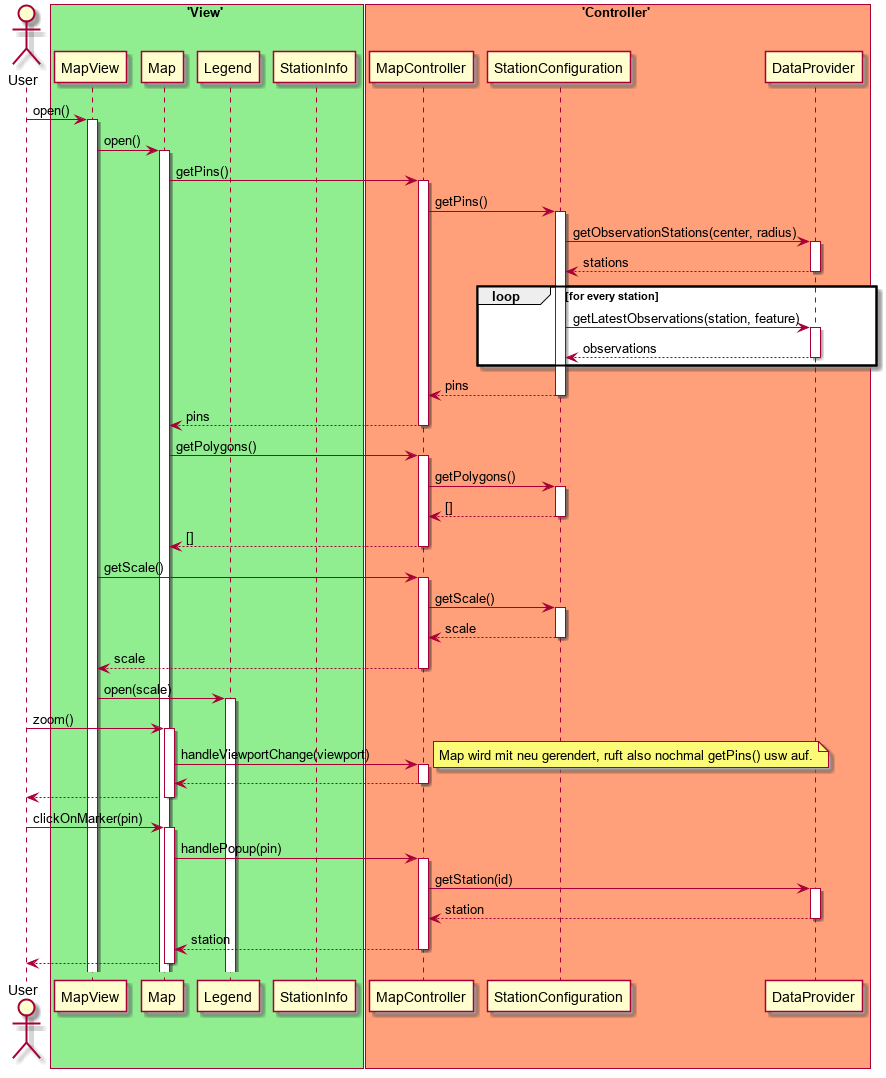
The PlantUML diagram Entwurf/Entwurfsdokument/figures/diagrams/MapPageSeq.png in JonaEnz/pse-airquality-1, before a commit.
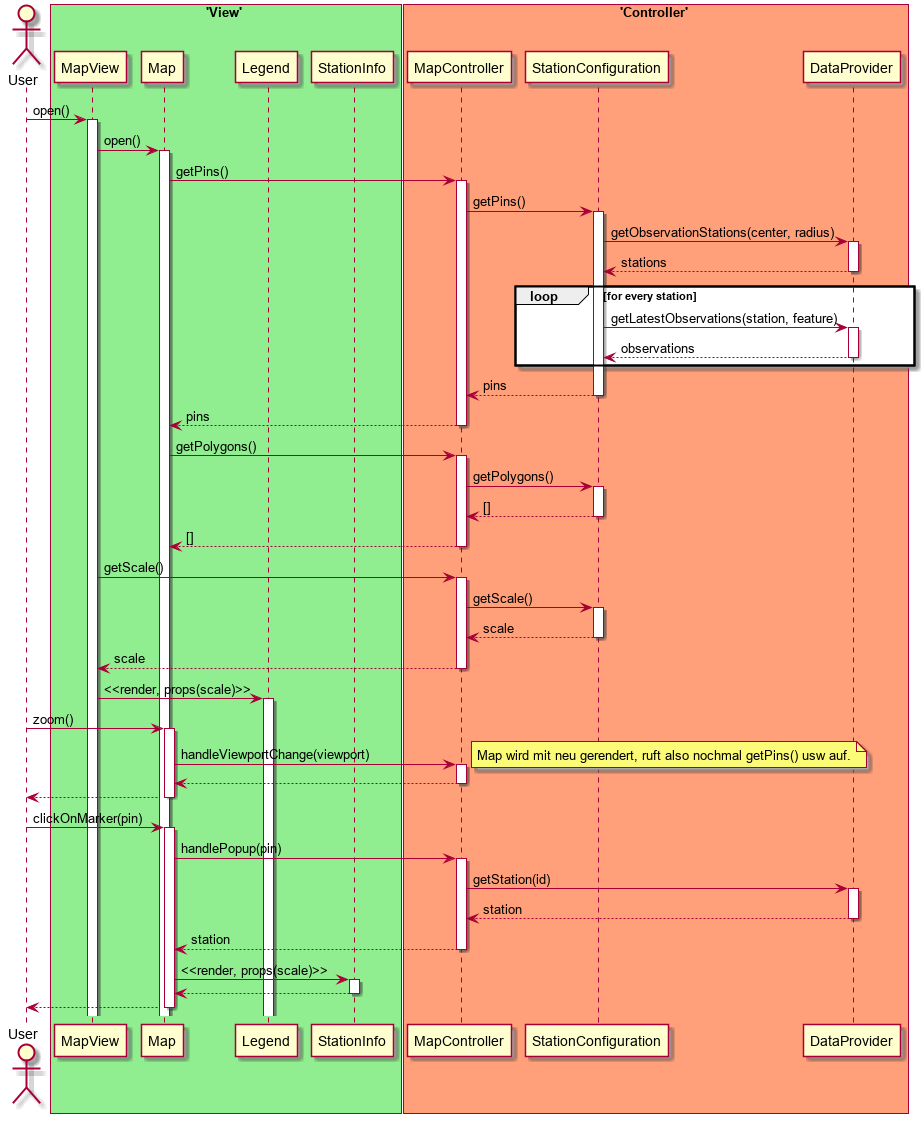
Above is the later version.

What changed in the source:
```diff
@@ -36,7 +36,7 @@
 MapController -> StationConfiguration ++ : getScale()
 return scale
 return scale
-MapView -> Legend ++ : open(scale)
+MapView -> Legend ++ : <<render, props(scale)>>
 
 User -> Map ++ : zoom()
 Map -> MapController ++ : handleViewportChange(viewport)
@@ -49,5 +49,7 @@
 MapController -> DataProvider ++ : getStation(id)
 return station
 return station
+Map -> StationInfo ++ : <<render, props(scale)>>
+return
 return
 @enduml
```
